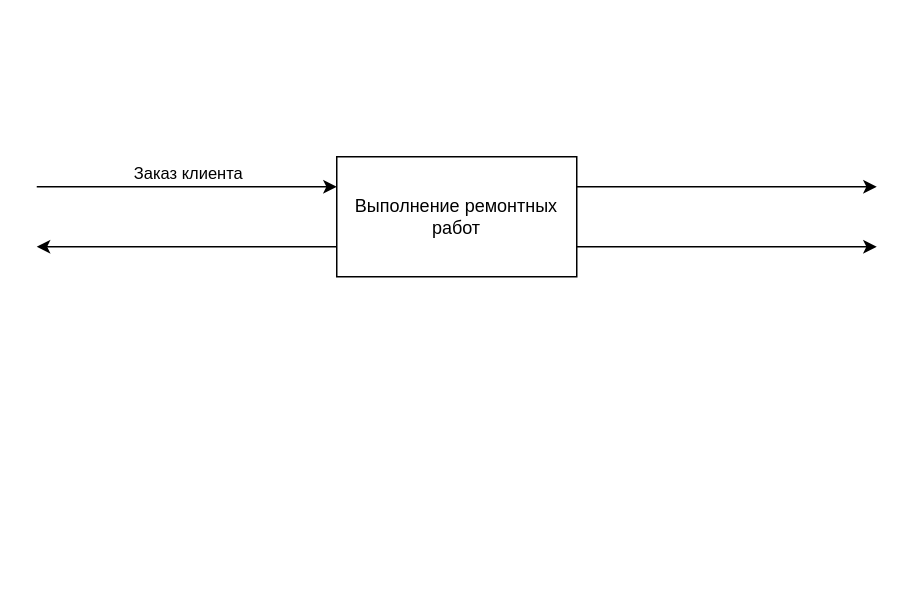
The draw.io diagram диа1.drawio in plkkz/ppo-3k-lb, before the edit. Source tidied: cells renumbered, new cells numbered last; positions are measured from the earlier drawing's top-left corner, leaving out a move shared by most shapes. Both pictures are drawn from the tidied source at 150%, with x=0, y=0 at pixel (36, 156).
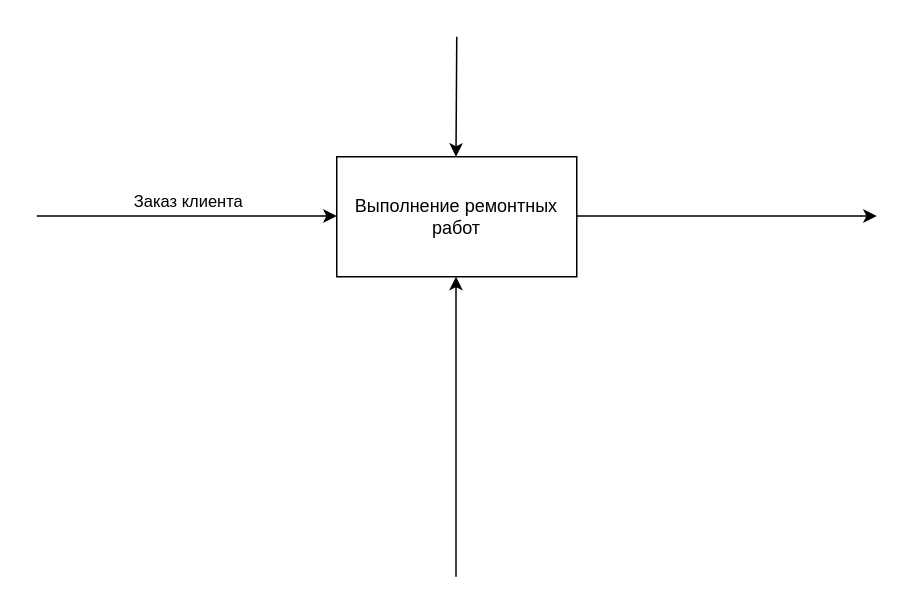
The same page after the edit.

The edit, as a diff of the source:
```diff
@@
 <mxGraphModel>
   <root>
     <mxCell id="0" />
     <mxCell id="1" parent="0" />
     <mxCell id="2" value="Выполнение ремонтных работ" style="rounded=0;whiteSpace=wrap;html=1;" parent="1" vertex="1">
       <mxGeometry x="200" width="160" height="80" as="geometry" />
     </mxCell>
     <mxCell id="3" style="endArrow=classic;html=1;rounded=0;exitX=0;exitY=0.5;exitDx=0;exitDy=0;" parent="1" edge="1">
       <mxGeometry relative="1" as="geometry">
-        <mxPoint x="200" y="60" as="sourcePoint" />
-        <mxPoint y="60" as="targetPoint" />
+        <mxPoint x="279.5" y="280" as="sourcePoint" />
+        <mxPoint x="279.5" y="80" as="targetPoint" />
       </mxGeometry>
     </mxCell>
     <mxCell id="4" style="endArrow=classic;html=1;rounded=0;exitX=0;exitY=0.5;exitDx=0;exitDy=0;" parent="1" edge="1">
       <mxGeometry relative="1" as="geometry">
-        <mxPoint y="20" as="sourcePoint" />
-        <mxPoint x="200" y="20" as="targetPoint" />
+        <mxPoint y="39.5" as="sourcePoint" />
+        <mxPoint x="200" y="39.5" as="targetPoint" />
       </mxGeometry>
     </mxCell>
     <mxCell id="5" value="Заказ клиента" style="edgeLabel;html=1;align=center;verticalAlign=middle;" parent="4" vertex="1">
       <mxGeometry x="0.1" y="4" relative="1" as="geometry">
         <mxPoint x="-10" y="-6" as="offset" />
       </mxGeometry>
     </mxCell>
     <mxCell id="6" style="endArrow=classic;html=1;rounded=0;exitX=0;exitY=0.5;exitDx=0;exitDy=0;" parent="1" edge="1">
       <mxGeometry relative="1" as="geometry">
-        <mxPoint x="360" y="20" as="sourcePoint" />
-        <mxPoint x="560" y="20" as="targetPoint" />
+        <mxPoint x="360" y="39.5" as="sourcePoint" />
+        <mxPoint x="560" y="39.5" as="targetPoint" />
       </mxGeometry>
     </mxCell>
-    <mxCell id="7" style="endArrow=classic;html=1;rounded=0;exitX=0;exitY=0.5;exitDx=0;exitDy=0;" parent="1" edge="1">
+    <mxCell id="7" style="endArrow=classic;html=1;rounded=0;" parent="1" edge="1">
       <mxGeometry relative="1" as="geometry">
-        <mxPoint x="360" y="60" as="sourcePoint" />
-        <mxPoint x="560" y="60" as="targetPoint" />
+        <mxPoint x="280" y="-80" as="sourcePoint" />
+        <mxPoint x="279.5" as="targetPoint" />
       </mxGeometry>
     </mxCell>
   </root>
 </mxGraphModel>
```
